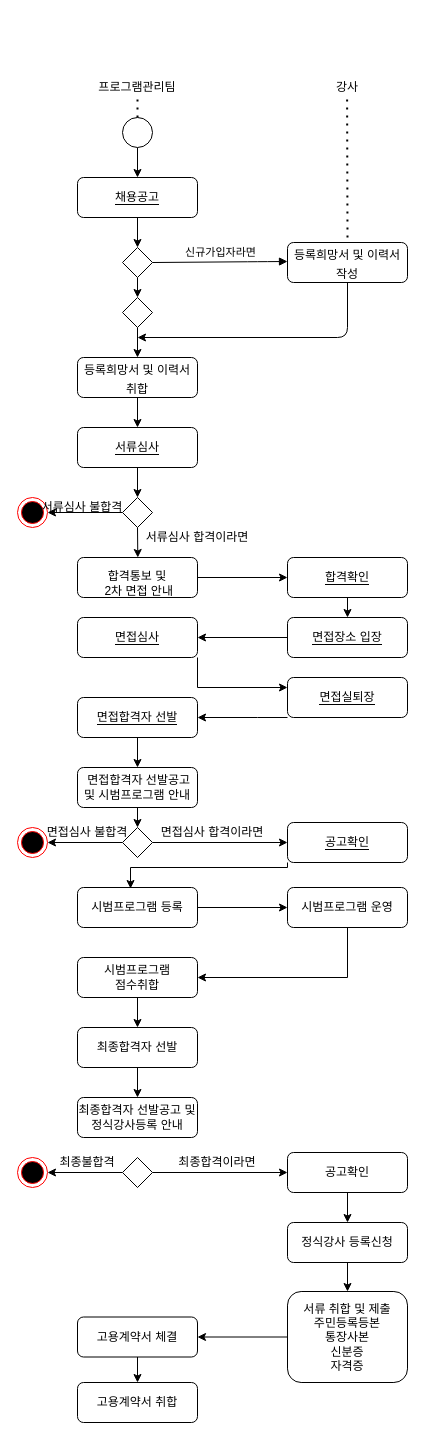
Before: page "uml체험" (2 of 3) of 제목 없는 다이어그램.drawio in ys-choi1203/tttTest, a draw.io diagram. Source tidied: cells renumbered, new cells numbered last; positions are measured from the earlier drawing's top-left corner, leaving out a move shared by most shapes. Both pictures are drawn from the tidied source at 100%, with x=0, y=0 at pixel (17, 77).
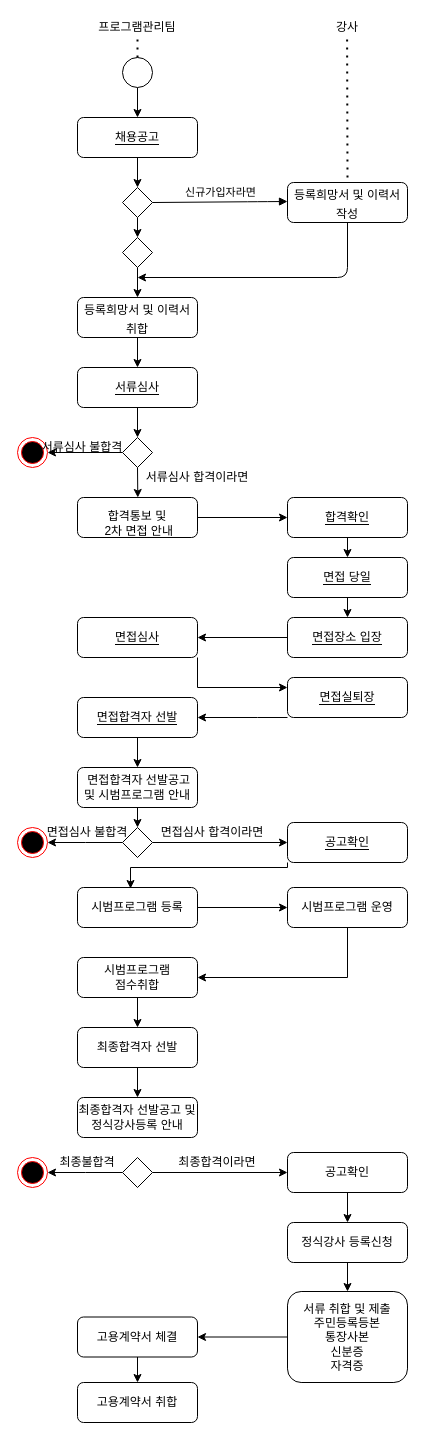
After the change.

The change refers to these unchanged cells:
```xml
<mxCell id="28" value="&lt;span style=&quot;background-color: rgb(255 , 255 , 255)&quot;&gt;면접장소 입장&lt;/span&gt;" style="rounded=1;whiteSpace=wrap;html=1;labelBackgroundColor=#000000;sketch=0;" parent="1" vertex="1">
  <mxGeometry x="270" y="540" width="120" height="40" as="geometry" />
</mxCell>
<mxCell id="59" style="rhombus;whiteSpace=wrap;html=1;rounded=0;labelBackgroundColor=#000000;sketch=0;" parent="1" vertex="1">
  <mxGeometry x="105" y="750" width="30" height="30" as="geometry" />
</mxCell>
<mxCell id="62" style="ellipse;html=1;shape=endState;fillColor=#000000;strokeColor=#ff0000;rounded=0;labelBackgroundColor=none;sketch=0;fontSize=12;fontColor=#FFFFFF;" parent="1" vertex="1">
  <mxGeometry y="750" width="30" height="30" as="geometry" />
</mxCell>
<mxCell id="65" style="rhombus;whiteSpace=wrap;html=1;rounded=0;labelBackgroundColor=#000000;sketch=0;" parent="1" vertex="1">
  <mxGeometry x="105" y="1080" width="30" height="30" as="geometry" />
</mxCell>
<mxCell id="67" style="ellipse;html=1;shape=endState;fillColor=#000000;strokeColor=#ff0000;rounded=0;labelBackgroundColor=none;sketch=0;fontSize=12;fontColor=#FFFFFF;" parent="1" vertex="1">
  <mxGeometry y="1080" width="30" height="30" as="geometry" />
</mxCell>
```

The edit, as a diff of the source:
```diff
@@
     <mxCell id="3" style="ellipse;whiteSpace=wrap;html=1;rounded=0;labelBackgroundColor=#000000;sketch=0;" parent="1" vertex="1">
-      <mxGeometry x="105" y="40" width="30" height="30" as="geometry" />
+      <mxGeometry x="105" y="-20" width="30" height="30" as="geometry" />
     </mxCell>
@@
     <mxCell id="5" value="&lt;span style=&quot;background-color: rgb(255 , 255 , 255)&quot;&gt;채용공고&lt;/span&gt;" style="rounded=1;whiteSpace=wrap;html=1;labelBackgroundColor=#000000;sketch=0;" parent="1" vertex="1">
-      <mxGeometry x="60" y="100" width="120" height="40" as="geometry" />
+      <mxGeometry x="60" y="40" width="120" height="40" as="geometry" />
     </mxCell>
@@
     <mxCell id="7" style="rhombus;whiteSpace=wrap;html=1;rounded=0;labelBackgroundColor=#000000;sketch=0;" parent="1" vertex="1">
-      <mxGeometry x="105" y="170" width="30" height="30" as="geometry" />
+      <mxGeometry x="105" y="110" width="30" height="30" as="geometry" />
     </mxCell>
     <mxCell id="8" value="신규가입자라면" style="html=1;verticalAlign=bottom;endArrow=block;exitX=1;exitY=0.5;exitDx=0;exitDy=0;" parent="1" edge="1" source="7">
       <mxGeometry relative="1" as="geometry">
-        <mxPoint x="270" y="184" as="targetPoint" />
+        <mxPoint x="270" y="124" as="targetPoint" />
         <Array as="points">
-          <mxPoint x="240" y="184.2" />
+          <mxPoint x="240" y="124.2" />
         </Array>
       </mxGeometry>
     </mxCell>
     <mxCell id="9" value="&lt;p style=&quot;font-size: 12px ; line-height: 0%&quot;&gt;&lt;span style=&quot;font-size: 12px&quot;&gt;등록희망서 및 이력서&lt;/span&gt;&lt;/p&gt;&lt;span style=&quot;font-size: 12px&quot;&gt;작성&lt;br style=&quot;font-size: 12px&quot;&gt;&lt;/span&gt;" style="rounded=1;whiteSpace=wrap;html=1;labelBackgroundColor=none;sketch=0;fontSize=12;spacing=2;" parent="1" vertex="1">
-      <mxGeometry x="270" y="165" width="120" height="40" as="geometry" />
+      <mxGeometry x="270" y="105" width="120" height="40" as="geometry" />
     </mxCell>
@@
     <mxCell id="11" value="&lt;p style=&quot;font-size: 12px ; line-height: 0%&quot;&gt;&lt;span style=&quot;font-size: 12px&quot;&gt;등록희망서 및 이력서&lt;/span&gt;&lt;/p&gt;&lt;span style=&quot;font-size: 12px&quot;&gt;취합&lt;br style=&quot;font-size: 12px&quot;&gt;&lt;/span&gt;" style="rounded=1;whiteSpace=wrap;html=1;labelBackgroundColor=none;sketch=0;fontSize=12;spacing=2;" parent="1" vertex="1">
-      <mxGeometry x="60" y="280" width="120" height="40" as="geometry" />
+      <mxGeometry x="60" y="220" width="120" height="40" as="geometry" />
     </mxCell>
@@
     <mxCell id="13" style="rhombus;whiteSpace=wrap;html=1;rounded=0;labelBackgroundColor=#000000;sketch=0;" parent="1" vertex="1">
-      <mxGeometry x="105" y="220" width="30" height="30" as="geometry" />
+      <mxGeometry x="105" y="160" width="30" height="30" as="geometry" />
     </mxCell>
     <mxCell id="14" style="endArrow=classic;html=1;fontSize=12;fontColor=#FFFFFF;exitX=0.5;exitY=1;exitDx=0;exitDy=0;" parent="1" edge="1" source="9">
       <mxGeometry relative="1" as="geometry">
-        <mxPoint x="120" y="260" as="targetPoint" />
+        <mxPoint x="120" y="200" as="targetPoint" />
         <Array as="points">
-          <mxPoint x="330" y="260" />
+          <mxPoint x="330" y="200" />
         </Array>
       </mxGeometry>
     </mxCell>
     <mxCell id="15" style="edgeStyle=orthogonalEdgeStyle;curved=0;rounded=1;sketch=0;jettySize=auto;html=1;exitX=0.5;exitY=1;exitDx=0;exitDy=0;fontSize=12;fontColor=#FFFFFF;" parent="1" edge="1" source="17">
       <mxGeometry relative="1" as="geometry">
-        <mxPoint x="120.3" y="480" as="targetPoint" />
+        <mxPoint x="120.3" y="420" as="targetPoint" />
       </mxGeometry>
     </mxCell>
@@
     <mxCell id="17" style="rhombus;whiteSpace=wrap;html=1;rounded=0;labelBackgroundColor=#000000;sketch=0;" parent="1" vertex="1">
-      <mxGeometry x="105" y="420" width="30" height="30" as="geometry" />
+      <mxGeometry x="105" y="360" width="30" height="30" as="geometry" />
     </mxCell>
@@
     <mxCell id="19" value="&lt;span style=&quot;background-color: rgb(255 , 255 , 255)&quot;&gt;서류심사&lt;/span&gt;" style="rounded=1;whiteSpace=wrap;html=1;labelBackgroundColor=#000000;sketch=0;" parent="1" vertex="1">
-      <mxGeometry x="60" y="350" width="120" height="40" as="geometry" />
+      <mxGeometry x="60" y="290" width="120" height="40" as="geometry" />
     </mxCell>
     <mxCell id="20" value="&lt;font color=&quot;#000000&quot;&gt;서류심사 합격이라면&lt;/font&gt;" style="text;html=1;strokeColor=none;fillColor=none;align=center;verticalAlign=middle;whiteSpace=wrap;rounded=0;labelBackgroundColor=none;sketch=0;fontSize=12;fontColor=#FFFFFF;" parent="1" vertex="1">
-      <mxGeometry x="120" y="450" width="120" height="20" as="geometry" />
+      <mxGeometry x="120" y="390" width="120" height="20" as="geometry" />
     </mxCell>
@@
     <mxCell id="22" value="&lt;p style=&quot;font-size: 12px ; line-height: 0%&quot;&gt;&lt;/p&gt;&lt;span style=&quot;font-size: 12px&quot;&gt;합격통보 및&lt;br&gt;&amp;nbsp;2차 면접 안내&lt;br style=&quot;font-size: 12px&quot;&gt;&lt;/span&gt;" style="rounded=1;whiteSpace=wrap;html=1;labelBackgroundColor=none;sketch=0;fontSize=12;spacing=2;" parent="1" vertex="1">
-      <mxGeometry x="60" y="480" width="120" height="40" as="geometry" />
+      <mxGeometry x="60" y="420" width="120" height="40" as="geometry" />
     </mxCell>
     <mxCell id="23" style="ellipse;html=1;shape=endState;fillColor=#000000;strokeColor=#ff0000;rounded=0;labelBackgroundColor=none;sketch=0;fontSize=12;fontColor=#FFFFFF;" parent="1" vertex="1">
-      <mxGeometry y="420" width="30" height="30" as="geometry" />
+      <mxGeometry y="360" width="30" height="30" as="geometry" />
     </mxCell>
     <mxCell id="24" value="&lt;font color=&quot;#000000&quot;&gt;서류심사 불합격&lt;/font&gt;" style="text;html=1;strokeColor=none;fillColor=none;align=center;verticalAlign=middle;whiteSpace=wrap;rounded=0;labelBackgroundColor=none;sketch=0;fontSize=12;fontColor=#FFFFFF;" parent="1" vertex="1">
-      <mxGeometry x="20" y="420" width="90" height="20" as="geometry" />
+      <mxGeometry x="20" y="360" width="90" height="20" as="geometry" />
     </mxCell>
-    <mxCell id="25" style="edgeStyle=orthogonalEdgeStyle;rounded=0;jettySize=auto;html=1;exitX=0.5;exitY=1;exitDx=0;exitDy=0;entryX=0.5;entryY=0;entryDx=0;entryDy=0;" parent="1" edge="1" source="26" target="28">
-      <mxGeometry relative="1" as="geometry" />
-    </mxCell>
+    <mxCell id="73" style="edgeStyle=orthogonalEdgeStyle;rounded=0;jettySize=auto;html=1;exitX=0.5;exitY=1;exitDx=0;exitDy=0;entryX=0.5;entryY=0;entryDx=0;entryDy=0;" parent="1" edge="1" source="26" target="75">
+      <mxGeometry relative="1" as="geometry" />
+    </mxCell>
     <mxCell id="26" value="&lt;span style=&quot;background-color: rgb(255 , 255 , 255)&quot;&gt;합격확인&lt;/span&gt;" style="rounded=1;whiteSpace=wrap;html=1;labelBackgroundColor=#000000;sketch=0;" parent="1" vertex="1">
-      <mxGeometry x="270" y="480" width="120" height="40" as="geometry" />
+      <mxGeometry x="270" y="420" width="120" height="40" as="geometry" />
     </mxCell>
@@
-    <mxCell id="58" style="edgeStyle=orthogonalEdgeStyle;rounded=0;jettySize=auto;html=1;exitX=0;exitY=0.5;exitDx=0;exitDy=0;entryX=1;entryY=0.5;entryDx=0;entryDy=0;" parent="1" edge="1" source="59" target="62">
-      <mxGeometry relative="1" as="geometry" />
+    <mxCell id="58" style="edgeStyle=orthogonalEdgeStyle;rounded=0;jettySize=auto;html=1;exitX=0;exitY=0.5;exitDx=0;exitDy=0;entryX=1;entryY=0.5;entryDx=0;entryDy=0;" parent="1" edge="1" source="59">
+      <mxGeometry relative="1" as="geometry">
+        <mxPoint x="30" y="765" as="targetPoint" />
+      </mxGeometry>
     </mxCell>
@@
-    <mxCell id="64" style="edgeStyle=orthogonalEdgeStyle;rounded=0;jettySize=auto;html=1;exitX=0;exitY=0.5;exitDx=0;exitDy=0;" parent="1" edge="1" source="65" target="67">
-      <mxGeometry relative="1" as="geometry" />
+    <mxCell id="64" style="edgeStyle=orthogonalEdgeStyle;rounded=0;jettySize=auto;html=1;exitX=0;exitY=0.5;exitDx=0;exitDy=0;" parent="1" edge="1" source="65">
+      <mxGeometry relative="1" as="geometry">
+        <mxPoint x="30" y="1095" as="targetPoint" />
+      </mxGeometry>
     </mxCell>
@@
     <mxCell id="69" value="프로그램관리팀" style="text;html=1;strokeColor=none;fillColor=none;align=center;verticalAlign=middle;whiteSpace=wrap;rounded=0;" parent="1" vertex="1">
-      <mxGeometry x="70" width="100" height="20" as="geometry" />
+      <mxGeometry x="70" y="-60" width="100" height="20" as="geometry" />
     </mxCell>
     <mxCell id="70" style="endArrow=none;dashed=1;html=1;dashPattern=1 3;strokeWidth=2;exitX=0.5;exitY=0;exitDx=0;exitDy=0;" parent="1" edge="1" source="3">
       <mxGeometry relative="1" as="geometry">
-        <mxPoint x="120" y="20" as="targetPoint" />
+        <mxPoint x="120" y="-40" as="targetPoint" />
       </mxGeometry>
     </mxCell>
     <mxCell id="71" value="강사" style="text;html=1;strokeColor=none;fillColor=none;align=center;verticalAlign=middle;whiteSpace=wrap;rounded=0;" parent="1" vertex="1">
-      <mxGeometry x="280" width="100" height="20" as="geometry" />
+      <mxGeometry x="280" y="-60" width="100" height="20" as="geometry" />
     </mxCell>
     <mxCell id="72" style="endArrow=none;dashed=1;html=1;dashPattern=1 3;strokeWidth=2;" parent="1" edge="1">
       <mxGeometry relative="1" as="geometry">
-        <mxPoint x="330" y="160" as="sourcePoint" />
-        <mxPoint x="329.6" y="20" as="targetPoint" />
+        <mxPoint x="330" y="100" as="sourcePoint" />
+        <mxPoint x="329.6" y="-40" as="targetPoint" />
       </mxGeometry>
     </mxCell>
+    <mxCell id="74" style="edgeStyle=orthogonalEdgeStyle;rounded=0;jettySize=auto;html=1;exitX=0.5;exitY=1;exitDx=0;exitDy=0;entryX=0.5;entryY=0;entryDx=0;entryDy=0;" parent="1" edge="1" source="75" target="28">
+      <mxGeometry relative="1" as="geometry" />
+    </mxCell>
+    <mxCell id="75" value="&lt;span style=&quot;background-color: rgb(255 , 255 , 255)&quot;&gt;면접 당일&lt;/span&gt;" style="rounded=1;whiteSpace=wrap;html=1;labelBackgroundColor=#000000;sketch=0;" parent="1" vertex="1">
+      <mxGeometry x="270" y="480" width="120" height="40" as="geometry" />
+    </mxCell>
```
